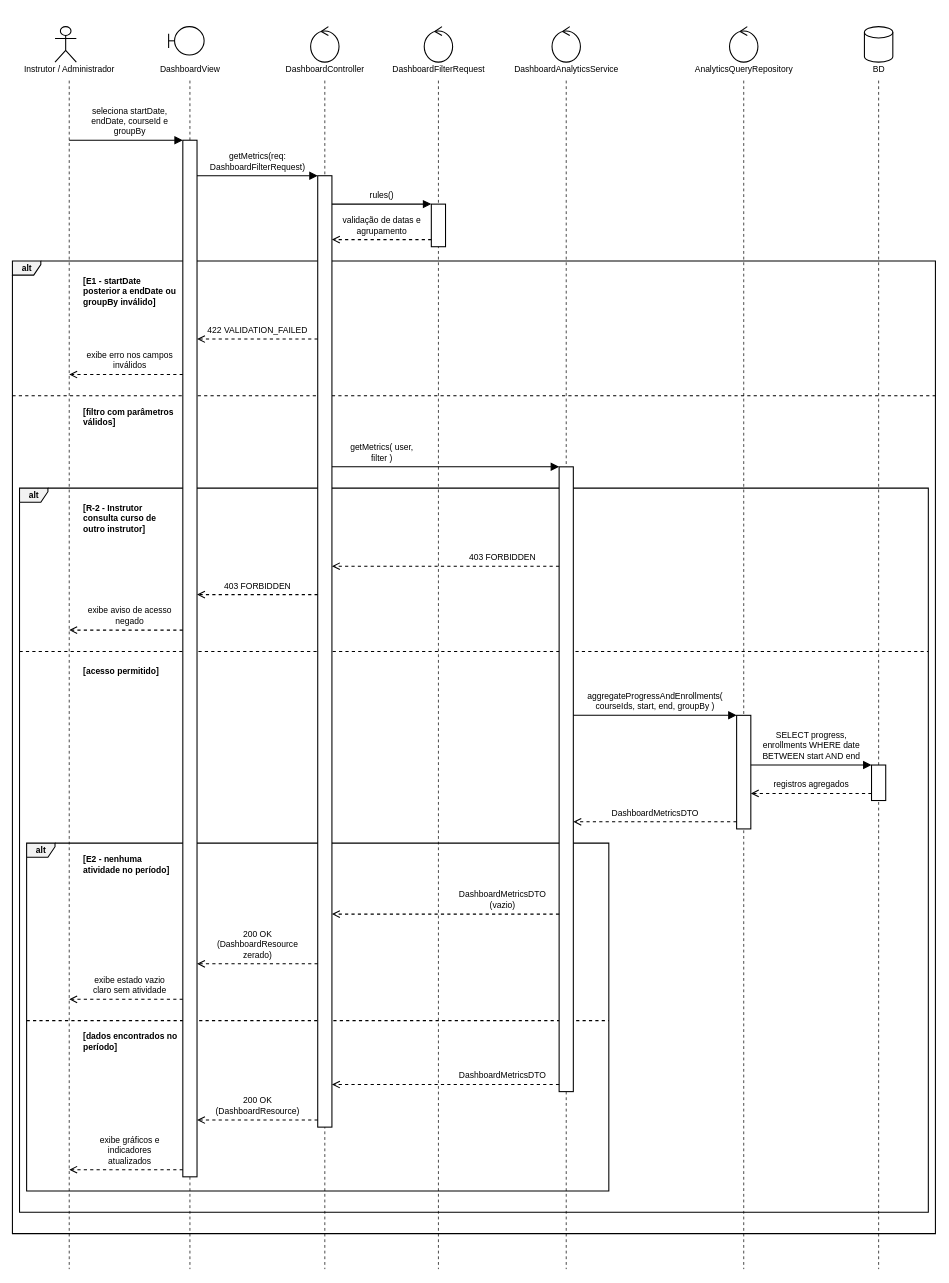
Before: especificacao/diagramas/14-sequencia-uc007.drawio in Plataforma-de-Cursos-TCC/plataforma-cursos-docs, a draw.io diagram. Source tidied: cells renumbered, new cells numbered last; positions are measured from the earlier drawing's top-left corner, leaving out a move shared by most shapes. Both pictures are drawn from the tidied source at 71%, with x=0, y=0 at pixel (12, 26).
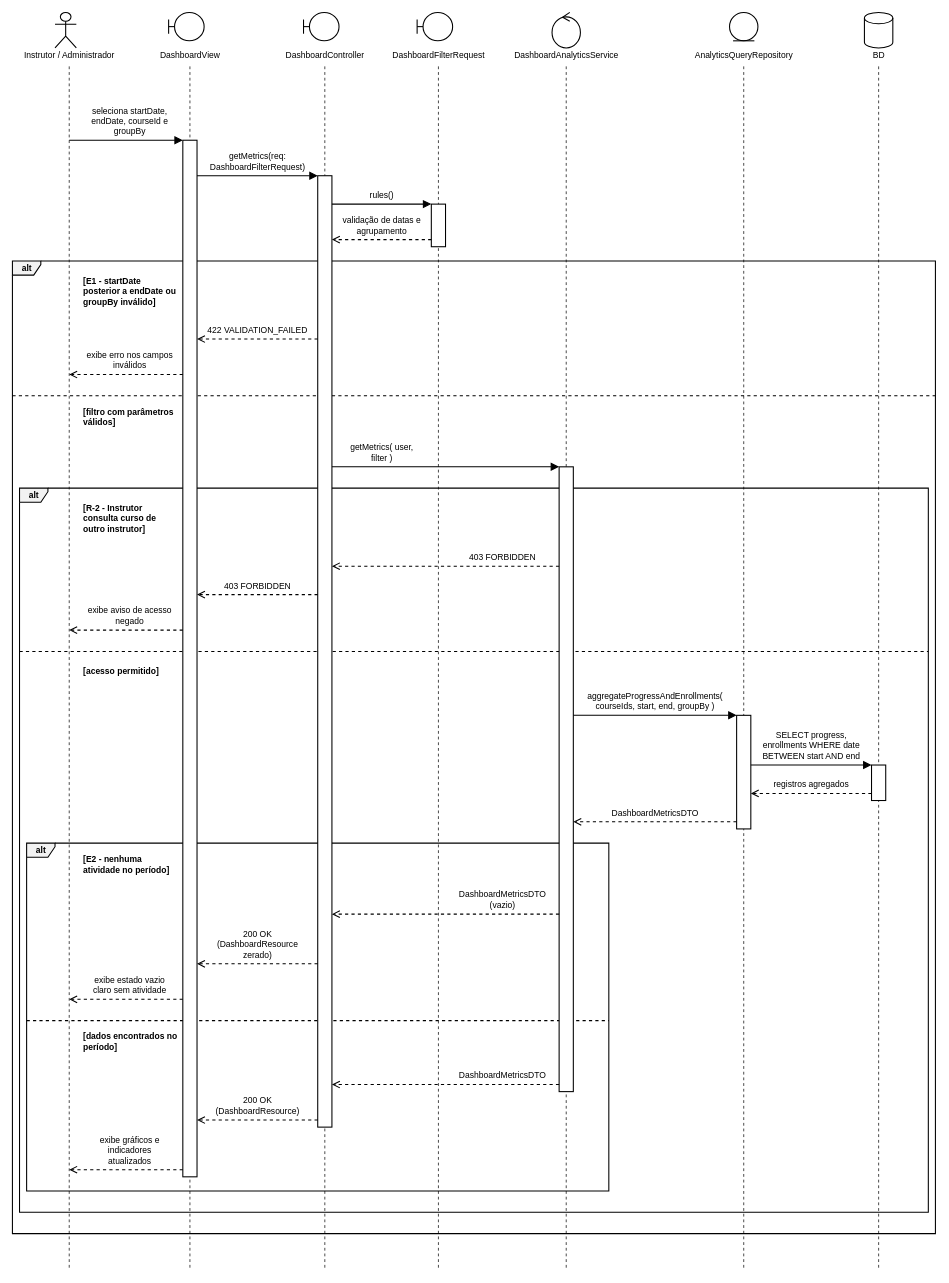
After the change.

Diff of the diagram source:
```diff
@@
     <mxCell id="8" style="shape=umlActor;verticalLabelPosition=bottom;html=1;fillColor=#FFFFFF;strokeColor=#000000;strokeWidth=1.5;fontFamily=Helvetica;fontSize=12;fontColor=#000000;" parent="1" vertex="1">
-      <mxGeometry x="60" width="30" height="50" as="geometry" />
+      <mxGeometry x="60" y="-20" width="30" height="50" as="geometry" />
     </mxCell>
     <mxCell id="9" style="shape=umlBoundary;html=1;fillColor=#FFFFFF;strokeColor=#000000;strokeWidth=1.5;fontFamily=Helvetica;fontSize=12;fontColor=#000000;" parent="1" vertex="1">
-      <mxGeometry x="220" width="50" height="40" as="geometry" />
+      <mxGeometry x="220" y="-20" width="50" height="40" as="geometry" />
     </mxCell>
-    <mxCell id="10" style="shape=umlControl;html=1;fillColor=#FFFFFF;strokeColor=#000000;strokeWidth=1.5;fontFamily=Helvetica;fontSize=12;fontColor=#000000;" parent="1" vertex="1">
-      <mxGeometry x="420" width="40" height="50" as="geometry" />
+    <mxCell id="10" style="shape=umlBoundary;html=1;fillColor=#FFFFFF;strokeColor=#000000;strokeWidth=1.5;fontFamily=Helvetica;fontSize=12;fontColor=#000000;" parent="1" vertex="1">
+      <mxGeometry x="410" y="-20" width="50" height="40" as="geometry" />
     </mxCell>
-    <mxCell id="11" style="shape=umlControl;html=1;fillColor=#FFFFFF;strokeColor=#000000;strokeWidth=1.5;fontFamily=Helvetica;fontSize=12;fontColor=#000000;" parent="1" vertex="1">
-      <mxGeometry x="580" width="40" height="50" as="geometry" />
+    <mxCell id="11" style="shape=umlBoundary;html=1;fillColor=#FFFFFF;strokeColor=#000000;strokeWidth=1.5;fontFamily=Helvetica;fontSize=12;fontColor=#000000;" parent="1" vertex="1">
+      <mxGeometry x="570" y="-20" width="50" height="40" as="geometry" />
     </mxCell>
     <mxCell id="12" style="shape=umlControl;html=1;fillColor=#FFFFFF;strokeColor=#000000;strokeWidth=1.5;fontFamily=Helvetica;fontSize=12;fontColor=#000000;" parent="1" vertex="1">
-      <mxGeometry x="760" width="40" height="50" as="geometry" />
+      <mxGeometry x="760" y="-20" width="40" height="50" as="geometry" />
     </mxCell>
-    <mxCell id="13" style="shape=umlControl;html=1;fillColor=#FFFFFF;strokeColor=#000000;strokeWidth=1.5;fontFamily=Helvetica;fontSize=12;fontColor=#000000;" parent="1" vertex="1">
-      <mxGeometry x="1010" width="40" height="50" as="geometry" />
+    <mxCell id="13" style="shape=umlEntity;html=1;fillColor=#FFFFFF;strokeColor=#000000;strokeWidth=1.5;fontFamily=Helvetica;fontSize=12;fontColor=#000000;" parent="1" vertex="1">
+      <mxGeometry x="1010" y="-20" width="40" height="40" as="geometry" />
     </mxCell>
     <mxCell id="14" style="shape=cylinder3;size=8;boundedLbl=1;html=1;fillColor=#FFFFFF;strokeColor=#000000;strokeWidth=1.5;fontFamily=Helvetica;fontSize=12;fontColor=#000000;" parent="1" vertex="1">
-      <mxGeometry x="1200" width="40" height="50" as="geometry" />
+      <mxGeometry x="1200" y="-20" width="40" height="50" as="geometry" />
     </mxCell>
     <mxCell id="15" style="html=1;rounded=0;endArrow=none;dashed=1;dashPattern=4 4;strokeColor=#000000;strokeWidth=1;" parent="1" edge="1">
       <mxGeometry relative="1" as="geometry">
-        <mxPoint x="80" y="76" as="sourcePoint" />
+        <mxPoint x="80" y="56" as="sourcePoint" />
         <mxPoint x="80" y="1750" as="targetPoint" />
       </mxGeometry>
     </mxCell>
     <mxCell id="16" style="html=1;rounded=0;endArrow=none;dashed=1;dashPattern=4 4;strokeColor=#000000;strokeWidth=1;" parent="1" edge="1">
       <mxGeometry relative="1" as="geometry">
-        <mxPoint x="250" y="76" as="sourcePoint" />
+        <mxPoint x="250" y="56" as="sourcePoint" />
         <mxPoint x="250" y="1750" as="targetPoint" />
       </mxGeometry>
     </mxCell>
     <mxCell id="17" style="html=1;rounded=0;endArrow=none;dashed=1;dashPattern=4 4;strokeColor=#000000;strokeWidth=1;" parent="1" edge="1">
       <mxGeometry relative="1" as="geometry">
-        <mxPoint x="440" y="76" as="sourcePoint" />
+        <mxPoint x="440" y="56" as="sourcePoint" />
         <mxPoint x="440" y="1750" as="targetPoint" />
       </mxGeometry>
     </mxCell>
     <mxCell id="18" style="html=1;rounded=0;endArrow=none;dashed=1;dashPattern=4 4;strokeColor=#000000;strokeWidth=1;" parent="1" edge="1">
       <mxGeometry relative="1" as="geometry">
-        <mxPoint x="600" y="76" as="sourcePoint" />
+        <mxPoint x="600" y="56" as="sourcePoint" />
         <mxPoint x="600" y="1750" as="targetPoint" />
       </mxGeometry>
     </mxCell>
     <mxCell id="19" style="html=1;rounded=0;endArrow=none;dashed=1;dashPattern=4 4;strokeColor=#000000;strokeWidth=1;" parent="1" edge="1">
       <mxGeometry relative="1" as="geometry">
-        <mxPoint x="780" y="76" as="sourcePoint" />
+        <mxPoint x="780" y="56" as="sourcePoint" />
         <mxPoint x="780" y="1750" as="targetPoint" />
       </mxGeometry>
     </mxCell>
     <mxCell id="20" style="html=1;rounded=0;endArrow=none;dashed=1;dashPattern=4 4;strokeColor=#000000;strokeWidth=1;" parent="1" edge="1">
       <mxGeometry relative="1" as="geometry">
-        <mxPoint x="1030" y="76" as="sourcePoint" />
+        <mxPoint x="1030" y="56" as="sourcePoint" />
         <mxPoint x="1030" y="1750" as="targetPoint" />
       </mxGeometry>
     </mxCell>
     <mxCell id="21" style="html=1;rounded=0;endArrow=none;dashed=1;dashPattern=4 4;strokeColor=#000000;strokeWidth=1;" parent="1" edge="1">
       <mxGeometry relative="1" as="geometry">
-        <mxPoint x="1220" y="76" as="sourcePoint" />
+        <mxPoint x="1220" y="56" as="sourcePoint" />
         <mxPoint x="1220" y="1750" as="targetPoint" />
       </mxGeometry>
     </mxCell>
@@
     <mxCell id="23" style="html=1;fillColor=#FFFFFF;strokeColor=#000000;strokeWidth=1.5;" parent="1" vertex="1">
-      <mxGeometry x="1210" y="1040" width="20" height="50" as="geometry" />
+      <mxGeometry x="240" y="160" width="20" height="1460" as="geometry" />
     </mxCell>
     <mxCell id="24" style="html=1;fillColor=#FFFFFF;strokeColor=#000000;strokeWidth=1.5;" parent="1" vertex="1">
-      <mxGeometry x="1020" y="970" width="20" height="160" as="geometry" />
+      <mxGeometry x="430" y="210" width="20" height="1340" as="geometry" />
     </mxCell>
     <mxCell id="25" style="html=1;fillColor=#FFFFFF;strokeColor=#000000;strokeWidth=1.5;" parent="1" vertex="1">
-      <mxGeometry x="240" y="160" width="20" height="1460" as="geometry" />
+      <mxGeometry x="770" y="620" width="20" height="880" as="geometry" />
     </mxCell>
     <mxCell id="26" style="html=1;fillColor=#FFFFFF;strokeColor=#000000;strokeWidth=1.5;" parent="1" vertex="1">
-      <mxGeometry x="430" y="210" width="20" height="1340" as="geometry" />
+      <mxGeometry x="1020" y="970" width="20" height="160" as="geometry" />
     </mxCell>
     <mxCell id="27" style="html=1;fillColor=#FFFFFF;strokeColor=#000000;strokeWidth=1.5;" parent="1" vertex="1">
-      <mxGeometry x="770" y="620" width="20" height="880" as="geometry" />
+      <mxGeometry x="1210" y="1040" width="20" height="50" as="geometry" />
     </mxCell>
@@
     <mxCell id="48" value="Instrutor / Administrador" style="text;html=1;strokeColor=none;fillColor=none;align=center;verticalAlign=middle;spacing=0;fontFamily=Helvetica;fontSize=12;fontColor=#000000;" parent="1" vertex="1">
-      <mxGeometry y="50" width="160" height="20" as="geometry" />
+      <mxGeometry y="30" width="160" height="20" as="geometry" />
     </mxCell>
     <mxCell id="49" value="DashboardView" style="text;html=1;strokeColor=none;fillColor=none;align=center;verticalAlign=middle;spacing=0;fontFamily=Helvetica;fontSize=12;fontColor=#000000;" parent="1" vertex="1">
-      <mxGeometry x="200" y="50" width="100" height="20" as="geometry" />
+      <mxGeometry x="200" y="30" width="100" height="20" as="geometry" />
     </mxCell>
     <mxCell id="50" value="DashboardController" style="text;html=1;strokeColor=none;fillColor=none;align=center;verticalAlign=middle;spacing=0;fontFamily=Helvetica;fontSize=12;fontColor=#000000;" parent="1" vertex="1">
-      <mxGeometry x="370" y="50" width="140" height="20" as="geometry" />
+      <mxGeometry x="370" y="30" width="140" height="20" as="geometry" />
     </mxCell>
     <mxCell id="51" value="DashboardFilterRequest" style="text;html=1;strokeColor=none;fillColor=none;align=center;verticalAlign=middle;spacing=0;fontFamily=Helvetica;fontSize=12;fontColor=#000000;" parent="1" vertex="1">
-      <mxGeometry x="520" y="50" width="160" height="20" as="geometry" />
+      <mxGeometry x="520" y="30" width="160" height="20" as="geometry" />
     </mxCell>
     <mxCell id="52" value="DashboardAnalyticsService" style="text;html=1;strokeColor=none;fillColor=none;align=center;verticalAlign=middle;spacing=0;fontFamily=Helvetica;fontSize=12;fontColor=#000000;" parent="1" vertex="1">
-      <mxGeometry x="690" y="50" width="180" height="20" as="geometry" />
+      <mxGeometry x="690" y="30" width="180" height="20" as="geometry" />
     </mxCell>
     <mxCell id="53" value="AnalyticsQueryRepository" style="text;html=1;strokeColor=none;fillColor=none;align=center;verticalAlign=middle;spacing=0;fontFamily=Helvetica;fontSize=12;fontColor=#000000;" parent="1" vertex="1">
-      <mxGeometry x="950" y="50" width="160" height="20" as="geometry" />
+      <mxGeometry x="950" y="30" width="160" height="20" as="geometry" />
     </mxCell>
     <mxCell id="54" value="BD" style="text;html=1;strokeColor=none;fillColor=none;align=center;verticalAlign=middle;spacing=0;fontFamily=Helvetica;fontSize=12;fontColor=#000000;" parent="1" vertex="1">
-      <mxGeometry x="1200" y="50" width="40" height="20" as="geometry" />
+      <mxGeometry x="1200" y="30" width="40" height="20" as="geometry" />
     </mxCell>
```
